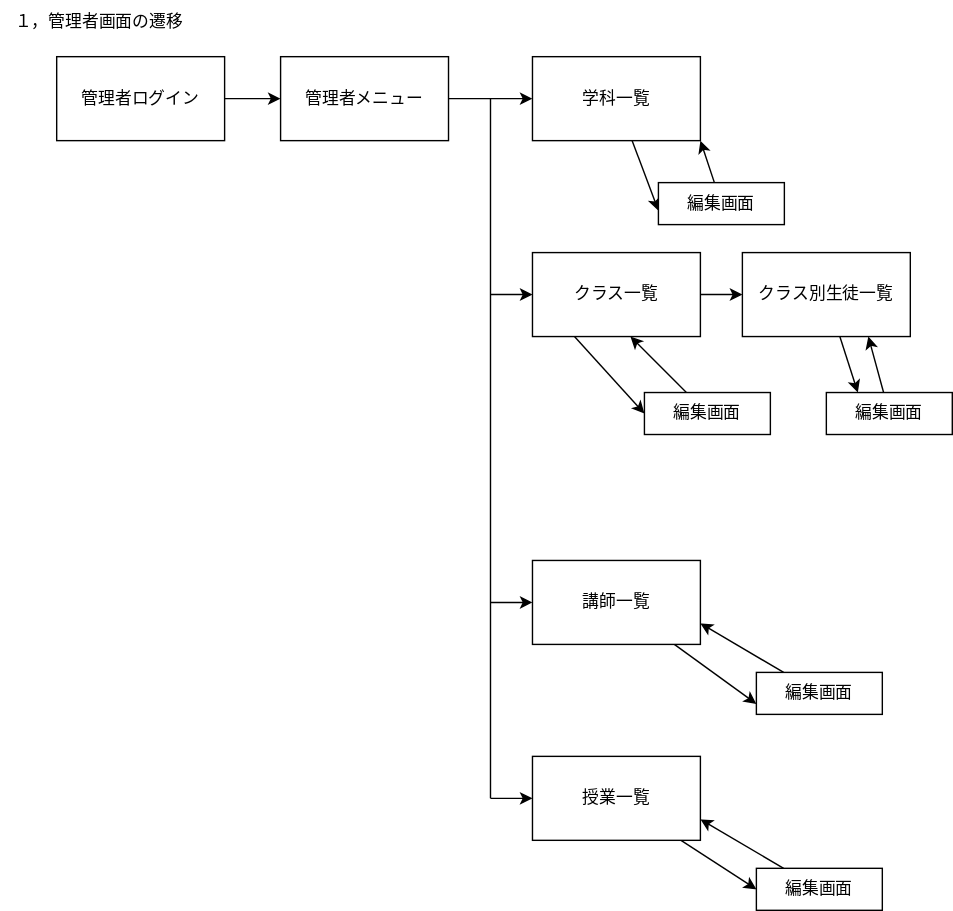
Earlier version of the draw.io export teamG3.drawio.svg (Skypeace8585/uml-introduction). Source tidied: cells renumbered, new cells last; positions are measured from the earlier drawing's top-left corner, leaving out a move shared by most shapes.
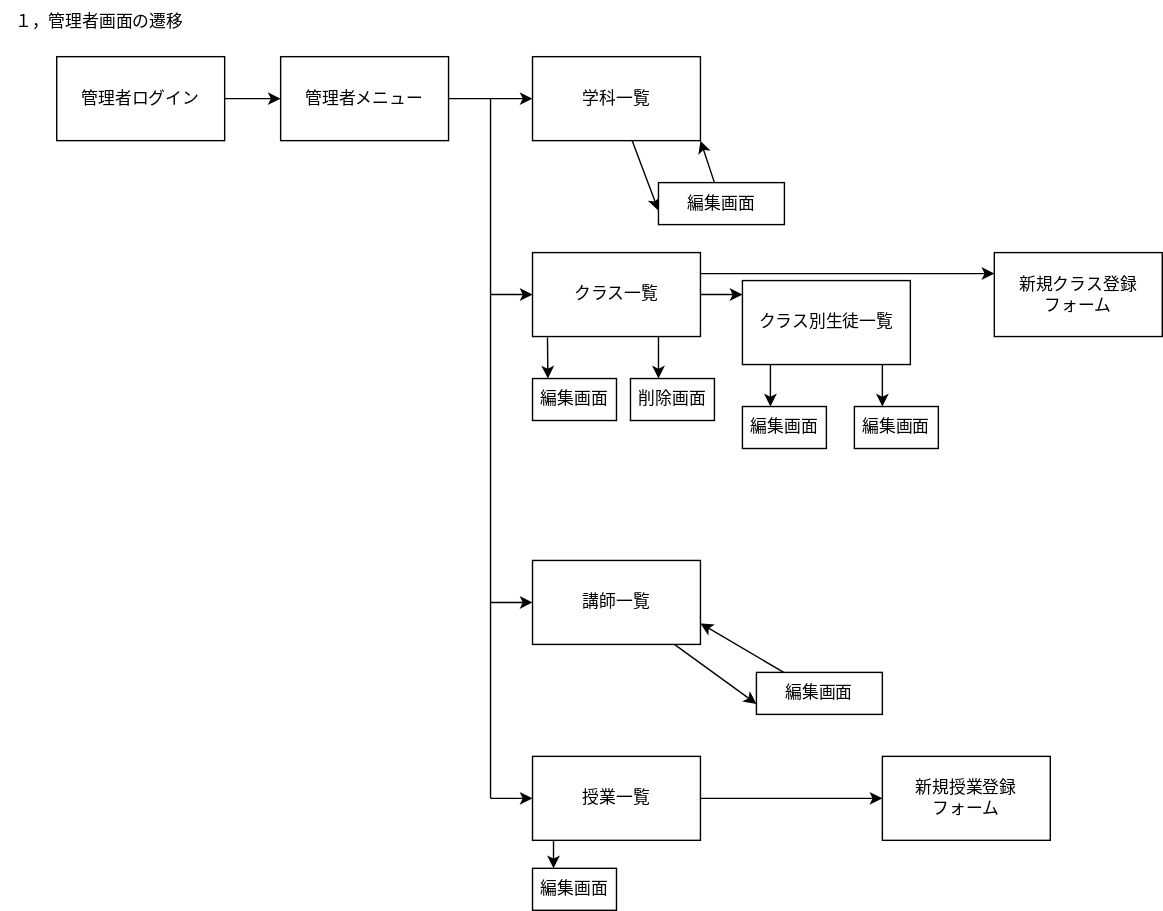
Above is the later version.

Diff of the diagram source:
```diff
@@ -36,9 +36,16 @@
         <mxPoint x="530" y="210" as="targetPoint" />
       </mxGeometry>
     </mxCell>
-    <mxCell id="12" style="edgeStyle=none;html=1;entryX=0;entryY=0.5;entryDx=0;entryDy=0;exitX=0.25;exitY=1;exitDx=0;exitDy=0;" parent="1" edge="1" source="13" target="20">
-      <mxGeometry relative="1" as="geometry" />
+    <mxCell id="12" style="edgeStyle=none;html=1;exitX=0.089;exitY=1.01;exitDx=0;exitDy=0;exitPerimeter=0;" parent="1" edge="1" source="13">
+      <mxGeometry relative="1" as="geometry">
+        <mxPoint x="391" y="270" as="targetPoint" />
+      </mxGeometry>
     </mxCell>
+    <mxCell id="32" style="edgeStyle=none;html=1;exitX=0.75;exitY=1;exitDx=0;exitDy=0;" parent="1" edge="1" source="13">
+      <mxGeometry relative="1" as="geometry">
+        <mxPoint x="470" y="270" as="targetPoint" />
+      </mxGeometry>
+    </mxCell>
     <mxCell id="13" value="クラス一覧" style="rounded=0;whiteSpace=wrap;html=1;" parent="1" vertex="1">
       <mxGeometry x="380" y="180" width="120" height="60" as="geometry" />
     </mxCell>
@@ -64,13 +71,8 @@
     <mxCell id="18" value="編集画面" style="rounded=0;whiteSpace=wrap;html=1;" parent="1" vertex="1">
       <mxGeometry x="470" y="130" width="90" height="30" as="geometry" />
     </mxCell>
-    <mxCell id="19" style="edgeStyle=none;html=1;" parent="1" edge="1" source="20">
-      <mxGeometry relative="1" as="geometry">
-        <mxPoint x="450" y="240" as="targetPoint" />
-      </mxGeometry>
-    </mxCell>
     <mxCell id="20" value="編集画面" style="rounded=0;whiteSpace=wrap;html=1;" parent="1" vertex="1">
-      <mxGeometry x="460" y="280" width="90" height="30" as="geometry" />
+      <mxGeometry x="380" y="270" width="60" height="30" as="geometry" />
     </mxCell>
     <mxCell id="21" style="edgeStyle=none;html=1;entryX=1;entryY=0.75;entryDx=0;entryDy=0;" parent="1" edge="1" source="22" target="10">
       <mxGeometry relative="1" as="geometry" />
@@ -78,9 +80,11 @@
     <mxCell id="22" value="編集画面" style="rounded=0;whiteSpace=wrap;html=1;" parent="1" vertex="1">
       <mxGeometry x="540" y="480" width="90" height="30" as="geometry" />
     </mxCell>
-    <mxCell id="23" style="edgeStyle=none;html=1;entryX=0;entryY=0.5;entryDx=0;entryDy=0;" parent="1" edge="1" source="24" target="27">
-      <mxGeometry relative="1" as="geometry" />
-    </mxCell>
+    <mxCell id="33" style="edgeStyle=none;html=1;" parent="1" edge="1" source="24">
+      <mxGeometry relative="1" as="geometry">
+        <mxPoint x="630" y="570" as="targetPoint" />
+      </mxGeometry>
+    </mxCell>
     <mxCell id="24" value="授業一覧" style="rounded=0;whiteSpace=wrap;html=1;" parent="1" vertex="1">
       <mxGeometry x="380" y="540" width="120" height="60" as="geometry" />
     </mxCell>
@@ -89,23 +93,46 @@
         <mxPoint x="350" y="570" as="sourcePoint" />
       </mxGeometry>
     </mxCell>
-    <mxCell id="26" style="edgeStyle=none;html=1;entryX=1;entryY=0.75;entryDx=0;entryDy=0;" parent="1" edge="1" source="27" target="24">
-      <mxGeometry relative="1" as="geometry" />
-    </mxCell>
-    <mxCell id="27" value="編集画面" style="rounded=0;whiteSpace=wrap;html=1;" parent="1" vertex="1">
-      <mxGeometry x="540" y="620" width="90" height="30" as="geometry" />
-    </mxCell>
-    <mxCell id="28" style="edgeStyle=none;html=1;entryX=0.25;entryY=0;entryDx=0;entryDy=0;" parent="1" edge="1" source="29" target="31">
-      <mxGeometry relative="1" as="geometry" />
-    </mxCell>
+    <mxCell id="34" style="edgeStyle=none;html=1;" parent="1" edge="1">
+      <mxGeometry relative="1" as="geometry">
+        <mxPoint x="630" y="240" as="sourcePoint" />
+        <mxPoint x="630" y="290" as="targetPoint" />
+      </mxGeometry>
+    </mxCell>
     <mxCell id="29" value="クラス別生徒一覧" style="rounded=0;whiteSpace=wrap;html=1;" parent="1" vertex="1">
-      <mxGeometry x="530" y="180" width="120" height="60" as="geometry" />
+      <mxGeometry x="530" y="200" width="120" height="60" as="geometry" />
     </mxCell>
-    <mxCell id="30" style="edgeStyle=none;html=1;entryX=0.75;entryY=1;entryDx=0;entryDy=0;" parent="1" edge="1" source="31" target="29">
-      <mxGeometry relative="1" as="geometry" />
-    </mxCell>
-    <mxCell id="31" value="編集画面" style="rounded=0;whiteSpace=wrap;html=1;" parent="1" vertex="1">
-      <mxGeometry x="590" y="280" width="90" height="30" as="geometry" />
-    </mxCell>
+    <mxCell id="35" value="削除画面" style="rounded=0;whiteSpace=wrap;html=1;" parent="1" vertex="1">
+      <mxGeometry x="450" y="270" width="60" height="30" as="geometry" />
+    </mxCell>
+    <mxCell id="36" value="編集画面" style="rounded=0;whiteSpace=wrap;html=1;" parent="1" vertex="1">
+      <mxGeometry x="530" y="290" width="60" height="30" as="geometry" />
+    </mxCell>
+    <mxCell id="37" style="edgeStyle=none;html=1;" parent="1" edge="1">
+      <mxGeometry relative="1" as="geometry">
+        <mxPoint x="550" y="260" as="sourcePoint" />
+        <mxPoint x="550" y="290" as="targetPoint" />
+      </mxGeometry>
+    </mxCell>
+    <mxCell id="38" value="編集画面" style="rounded=0;whiteSpace=wrap;html=1;" parent="1" vertex="1">
+      <mxGeometry x="610" y="290" width="60" height="30" as="geometry" />
+    </mxCell>
+    <mxCell id="39" value="新規授業登録&lt;br&gt;フォーム" style="rounded=0;whiteSpace=wrap;html=1;" parent="1" vertex="1">
+      <mxGeometry x="630" y="540" width="120" height="60" as="geometry" />
+    </mxCell>
+    <mxCell id="40" value="新規クラス登録&lt;br&gt;フォーム" style="rounded=0;whiteSpace=wrap;html=1;" parent="1" vertex="1">
+      <mxGeometry x="710" y="180" width="120" height="60" as="geometry" />
+    </mxCell>
+    <mxCell id="41" style="endArrow=classic;html=1;exitX=1;exitY=0.25;exitDx=0;exitDy=0;entryX=0;entryY=0.25;entryDx=0;entryDy=0;" parent="1" edge="1" source="13" target="40">
+      <mxGeometry relative="1" as="geometry" />
+    </mxCell>
+    <mxCell id="42" value="編集画面" style="rounded=0;whiteSpace=wrap;html=1;" parent="1" vertex="1">
+      <mxGeometry x="380" y="620" width="60" height="30" as="geometry" />
+    </mxCell>
+    <mxCell id="43" style="edgeStyle=none;html=1;entryX=0.25;entryY=0;entryDx=0;entryDy=0;" parent="1" edge="1" target="42">
+      <mxGeometry relative="1" as="geometry">
+        <mxPoint x="395" y="600" as="sourcePoint" />
+      </mxGeometry>
+    </mxCell>
   </root>
 </mxGraphModel>
```
